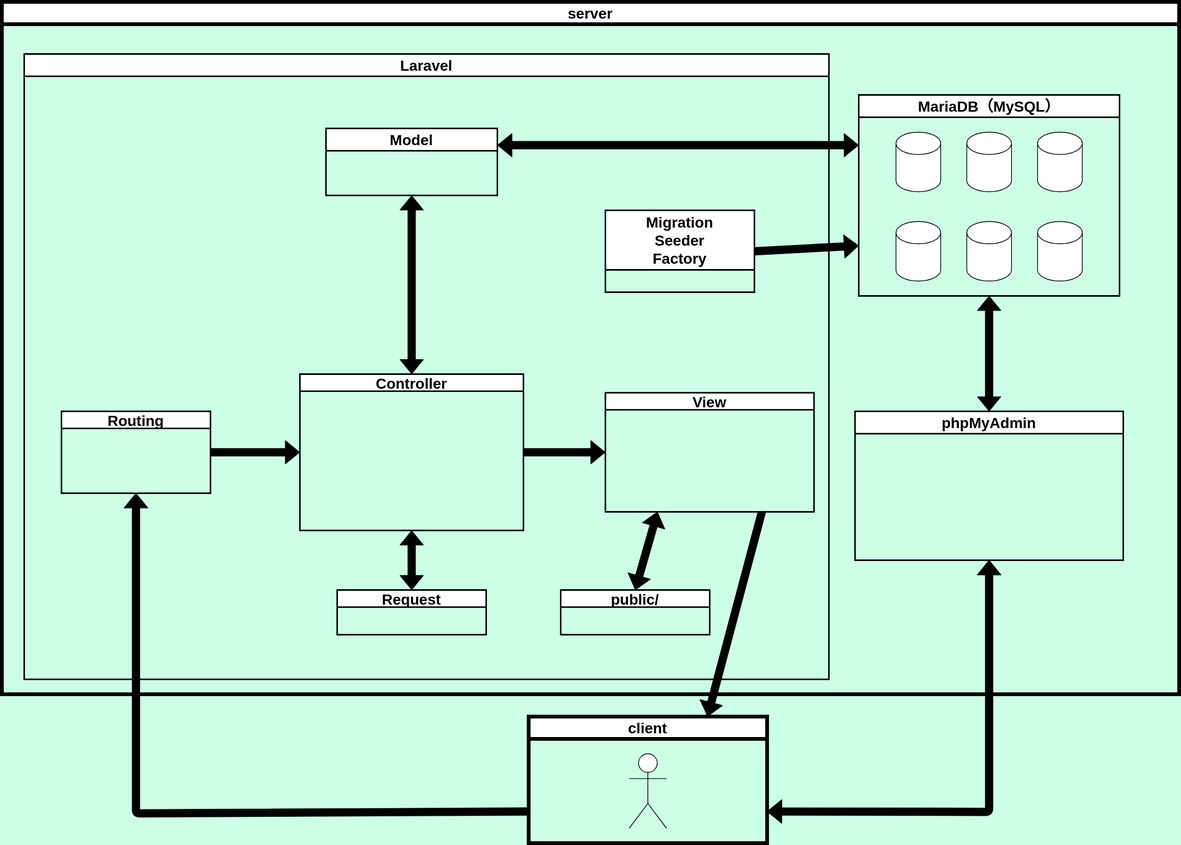
Earlier version of the draw.io export laravel.drawio.svg (nishizawatakamasa/memo). Source tidied: cells renumbered, new cells last; positions are measured from the earlier drawing's top-left corner, leaving out a move shared by most shapes.
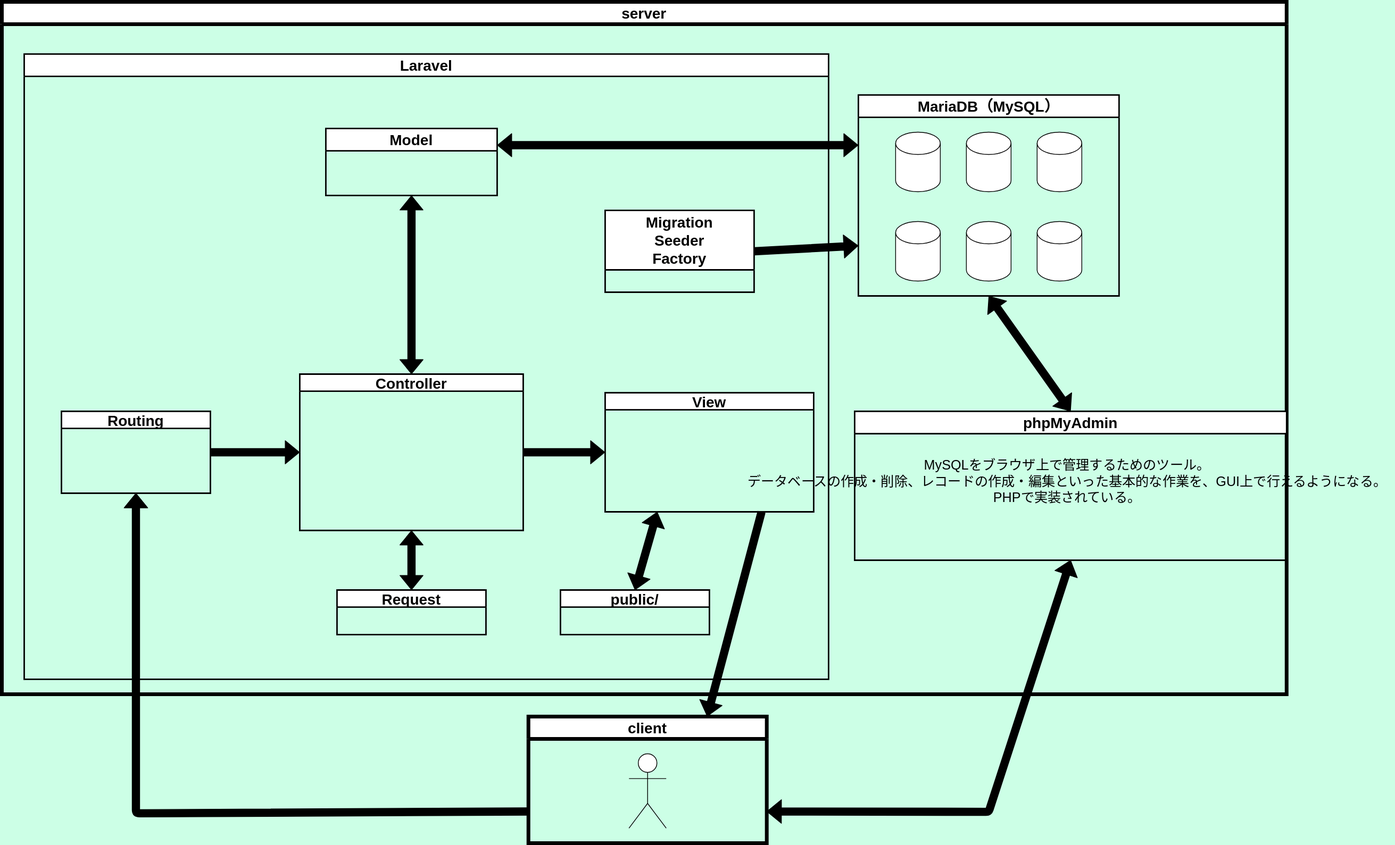
After the commit.

What changed in the source:
```diff
@@ -3,7 +3,7 @@
     <mxCell id="0" />
     <mxCell id="1" parent="0" />
     <mxCell id="2" value="&lt;font style=&quot;font-size: 20px;&quot;&gt;server&lt;/font&gt;" style="swimlane;whiteSpace=wrap;html=1;strokeWidth=5;strokeColor=#000000;startSize=30;" parent="1" vertex="1">
-      <mxGeometry width="1580" height="930" as="geometry" />
+      <mxGeometry width="1725" height="930" as="geometry" />
     </mxCell>
     <mxCell id="3" value="&lt;font style=&quot;font-size: 20px;&quot;&gt;Laravel&lt;/font&gt;" style="swimlane;whiteSpace=wrap;html=1;strokeColor=#000000;strokeWidth=2;startSize=30;" parent="2" vertex="1">
       <mxGeometry x="30" y="70" width="1080" height="840" as="geometry" />
@@ -66,8 +66,11 @@
       <mxGeometry x="145" y="170" width="60" height="80" as="geometry" />
     </mxCell>
     <mxCell id="23" value="&lt;font style=&quot;font-size: 20px;&quot;&gt;phpMyAdmin&lt;/font&gt;" style="swimlane;whiteSpace=wrap;html=1;startSize=30;strokeColor=#000000;strokeWidth=2;" parent="2" vertex="1">
-      <mxGeometry x="1145" y="550" width="360" height="200" as="geometry" />
+      <mxGeometry x="1145" y="550" width="580" height="200" as="geometry" />
     </mxCell>
+    <mxCell id="32" value="&lt;div&gt;&lt;font color=&quot;#000000&quot;&gt;&lt;span style=&quot;font-size: 18px;&quot;&gt;MySQLをブラウザ上で管理するためのツール。&lt;/span&gt;&lt;/font&gt;&lt;/div&gt;&lt;div&gt;&lt;font color=&quot;#000000&quot;&gt;&lt;span style=&quot;font-size: 18px;&quot;&gt;データベースの作成・削除、レコードの作成・編集といった基本的な作業を、GUI上で行えるようになる。&lt;/span&gt;&lt;/font&gt;&lt;/div&gt;&lt;div&gt;&lt;font color=&quot;#000000&quot;&gt;&lt;span style=&quot;font-size: 18px;&quot;&gt;PHPで実装されている。&lt;/span&gt;&lt;/font&gt;&lt;/div&gt;" style="text;html=1;align=center;verticalAlign=middle;strokeColor=none;fillColor=none;" parent="23" vertex="1">
+      <mxGeometry x="-155" y="55" width="880" height="80" as="geometry" />
+    </mxCell>
     <mxCell id="24" style="shape=flexArrow;endArrow=classic;startArrow=classic;html=1;rounded=1;shadow=0;fillStyle=auto;strokeColor=#000000;strokeWidth=1;fontSize=20;fillColor=#000000;gradientColor=none;entryX=0.5;entryY=1;entryDx=0;entryDy=0;exitX=0.5;exitY=0;exitDx=0;exitDy=0;" parent="2" edge="1" source="23" target="16">
       <mxGeometry relative="1" as="geometry" />
     </mxCell>
```
